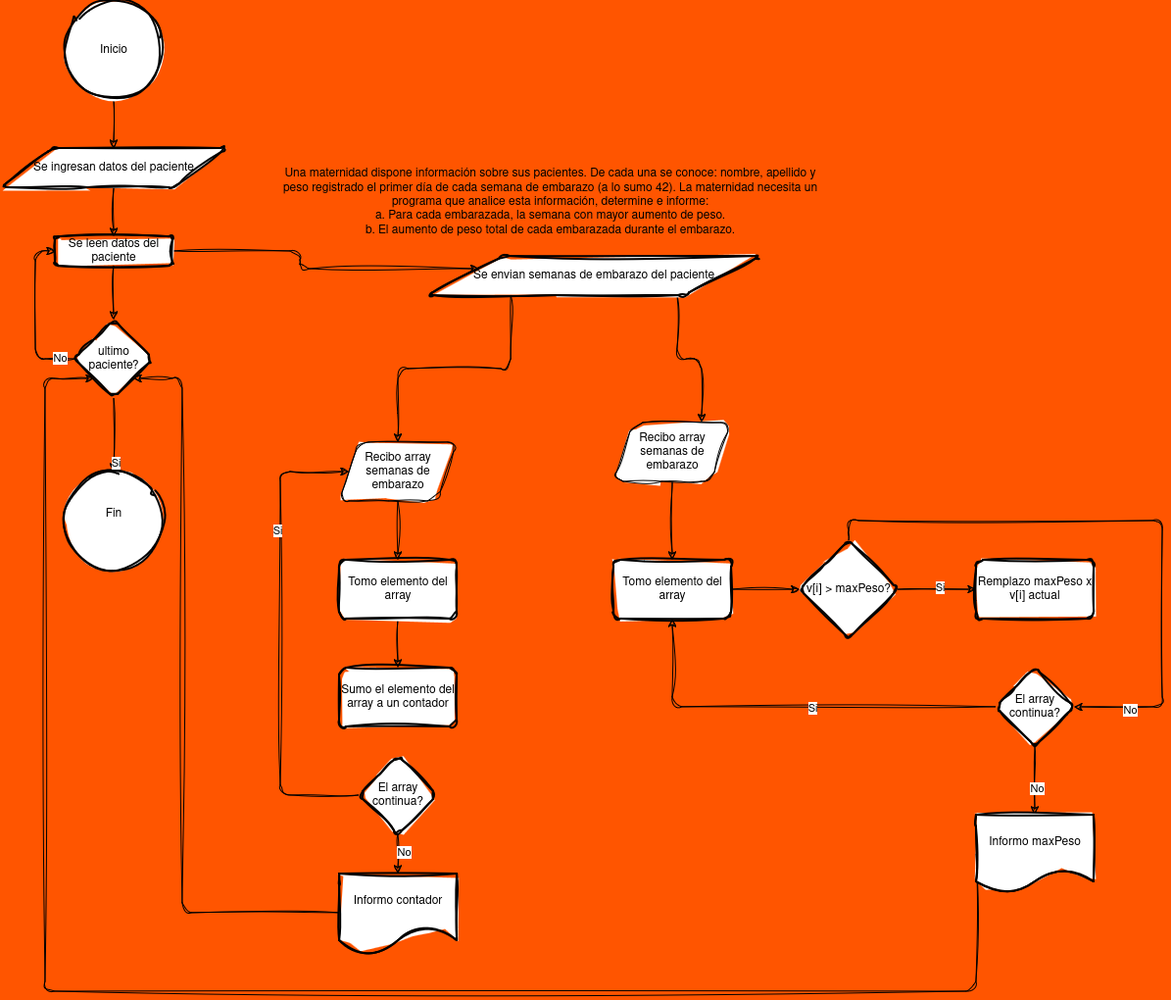
This is primero/CADP/Ejercicio4/diagrama.png from FrancoBanis/facultadInformatica-unlp, a draw.io export, as it was before one commit. Source tidied: cells renumbered, new cells last; positions are measured from the earlier drawing's top-left corner, leaving out a move shared by most shapes. Its diagram source:
```xml
<mxGraphModel background="#FF5500">
  <root>
    <mxCell id="0" />
    <mxCell id="1" parent="0" />
    <mxCell id="2" value="Fin&lt;div&gt;&lt;br/&gt;&lt;/div&gt;" style="strokeWidth=2;html=1;shape=mxgraph.flowchart.start_2;whiteSpace=wrap;sketch=1;curveFitting=1;jiggle=2;rounded=1;" parent="1" vertex="1">
      <mxGeometry x="65" y="480" width="100" height="100" as="geometry" />
    </mxCell>
    <mxCell id="3" style="edgeStyle=orthogonalEdgeStyle;rounded=1;jettySize=auto;html=1;sketch=1;curveFitting=1;jiggle=2;" parent="1" edge="1" source="4" target="7">
      <mxGeometry relative="1" as="geometry" />
    </mxCell>
    <mxCell id="4" value="Inicio" style="strokeWidth=2;html=1;shape=mxgraph.flowchart.start_2;whiteSpace=wrap;sketch=1;curveFitting=1;jiggle=2;rounded=1;" parent="1" vertex="1">
      <mxGeometry x="65" width="100" height="100" as="geometry" />
    </mxCell>
    <mxCell id="5" value="Una maternidad dispone información sobre sus pacientes. De cada una se conoce: nombre, apellido y&lt;br&gt;peso registrado el primer día de cada semana de embarazo (a lo sumo 42). La maternidad necesita un&lt;br&gt;programa que analice esta información, determine e informe:&lt;br&gt;a. Para cada embarazada, la semana con mayor aumento de peso.&lt;br&gt;b. El aumento de peso total de cada embarazada durante el embarazo." style="text;html=1;align=center;verticalAlign=middle;strokeColor=none;fillColor=none;sketch=1;curveFitting=1;jiggle=2;rounded=1;" parent="1" vertex="1">
      <mxGeometry x="275" y="160" width="570" height="90" as="geometry" />
    </mxCell>
    <mxCell id="6" style="edgeStyle=orthogonalEdgeStyle;rounded=1;jettySize=auto;html=1;sketch=1;curveFitting=1;jiggle=2;" parent="1" edge="1" source="7" target="10">
      <mxGeometry relative="1" as="geometry" />
    </mxCell>
    <mxCell id="7" value="Se ingresan datos del paciente" style="shape=parallelogram;html=1;strokeWidth=2;perimeter=parallelogramPerimeter;whiteSpace=wrap;rounded=1;arcSize=12;size=0.23;sketch=1;curveFitting=1;jiggle=2;" parent="1" vertex="1">
      <mxGeometry y="150" width="230" height="40" as="geometry" />
    </mxCell>
    <mxCell id="8" style="edgeStyle=orthogonalEdgeStyle;rounded=1;jettySize=auto;html=1;sketch=1;curveFitting=1;jiggle=2;" parent="1" edge="1" source="10" target="13">
      <mxGeometry relative="1" as="geometry" />
    </mxCell>
    <mxCell id="9" style="edgeStyle=orthogonalEdgeStyle;rounded=1;sketch=1;hachureGap=4;jiggle=2;curveFitting=1;jettySize=auto;html=1;exitX=1;exitY=0.5;exitDx=0;exitDy=0;entryX=0;entryY=0.25;entryDx=0;entryDy=0;" parent="1" edge="1" source="10" target="18">
      <mxGeometry relative="1" as="geometry" />
    </mxCell>
    <mxCell id="10" value="Se leen datos del paciente" style="whiteSpace=wrap;html=1;strokeWidth=2;rounded=1;arcSize=12;sketch=1;curveFitting=1;jiggle=2;" parent="1" vertex="1">
      <mxGeometry x="55" y="240" width="120" height="30" as="geometry" />
    </mxCell>
    <mxCell id="11" style="edgeStyle=orthogonalEdgeStyle;rounded=1;jettySize=auto;html=1;exitX=0;exitY=0.5;exitDx=0;exitDy=0;entryX=0;entryY=0.5;entryDx=0;entryDy=0;sketch=1;curveFitting=1;jiggle=2;" parent="1" edge="1" source="13" target="10">
      <mxGeometry relative="1" as="geometry" />
    </mxCell>
    <mxCell id="12" value="No" style="edgeLabel;html=1;align=center;verticalAlign=middle;sketch=1;curveFitting=1;jiggle=2;rounded=1;" parent="11" vertex="1">
      <mxGeometry x="-0.81" y="-2" relative="1" as="geometry" />
    </mxCell>
    <mxCell id="13" value="ultimo paciente?" style="rhombus;whiteSpace=wrap;html=1;strokeWidth=2;rounded=1;arcSize=12;sketch=1;curveFitting=1;jiggle=2;" parent="1" vertex="1">
      <mxGeometry x="75" y="325" width="80" height="80" as="geometry" />
    </mxCell>
    <mxCell id="14" style="edgeStyle=orthogonalEdgeStyle;rounded=1;jettySize=auto;html=1;exitX=0.5;exitY=1;exitDx=0;exitDy=0;entryX=0.5;entryY=0;entryDx=0;entryDy=0;entryPerimeter=0;sketch=1;curveFitting=1;jiggle=2;" parent="1" edge="1" source="13" target="2">
      <mxGeometry relative="1" as="geometry" />
    </mxCell>
    <mxCell id="15" value="Si" style="edgeLabel;html=1;align=center;verticalAlign=middle;sketch=1;curveFitting=1;jiggle=2;rounded=1;" parent="14" vertex="1">
      <mxGeometry x="0.74" y="1" relative="1" as="geometry" />
    </mxCell>
    <mxCell id="16" style="edgeStyle=orthogonalEdgeStyle;rounded=1;sketch=1;hachureGap=4;jiggle=2;curveFitting=1;jettySize=auto;html=1;exitX=0.25;exitY=1;exitDx=0;exitDy=0;entryX=0.5;entryY=0;entryDx=0;entryDy=0;" parent="1" edge="1" source="18" target="22">
      <mxGeometry relative="1" as="geometry" />
    </mxCell>
    <mxCell id="17" style="edgeStyle=orthogonalEdgeStyle;rounded=1;sketch=1;hachureGap=4;jiggle=2;curveFitting=1;jettySize=auto;html=1;exitX=0.75;exitY=1;exitDx=0;exitDy=0;entryX=0.75;entryY=0;entryDx=0;entryDy=0;" parent="1" edge="1" source="18" target="20">
      <mxGeometry relative="1" as="geometry" />
    </mxCell>
    <mxCell id="18" value="Se envian semanas de embarazo del paciente" style="shape=parallelogram;html=1;strokeWidth=2;perimeter=parallelogramPerimeter;whiteSpace=wrap;rounded=1;arcSize=12;size=0.23;sketch=1;curveFitting=1;jiggle=2;" parent="1" vertex="1">
      <mxGeometry x="435" y="260" width="340" height="40" as="geometry" />
    </mxCell>
    <mxCell id="19" style="edgeStyle=orthogonalEdgeStyle;rounded=1;sketch=1;hachureGap=4;jiggle=2;curveFitting=1;jettySize=auto;html=1;" parent="1" edge="1" source="20" target="37">
      <mxGeometry relative="1" as="geometry" />
    </mxCell>
    <mxCell id="20" value="Recibo array semanas de embarazo" style="shape=parallelogram;perimeter=parallelogramPerimeter;whiteSpace=wrap;html=1;fixedSize=1;rounded=1;sketch=1;hachureGap=4;jiggle=2;curveFitting=1;" parent="1" vertex="1">
      <mxGeometry x="625" y="430" width="120" height="60" as="geometry" />
    </mxCell>
    <mxCell id="21" style="edgeStyle=orthogonalEdgeStyle;rounded=1;sketch=1;hachureGap=4;jiggle=2;curveFitting=1;jettySize=auto;html=1;" parent="1" edge="1" source="22" target="39">
      <mxGeometry relative="1" as="geometry" />
    </mxCell>
    <mxCell id="22" value="Recibo array semanas de embarazo" style="shape=parallelogram;perimeter=parallelogramPerimeter;whiteSpace=wrap;html=1;fixedSize=1;rounded=1;sketch=1;hachureGap=4;jiggle=2;curveFitting=1;" parent="1" vertex="1">
      <mxGeometry x="345" y="450" width="120" height="60" as="geometry" />
    </mxCell>
    <mxCell id="23" style="edgeStyle=orthogonalEdgeStyle;rounded=1;sketch=1;hachureGap=4;jiggle=2;curveFitting=1;jettySize=auto;html=1;" parent="1" edge="1" source="27" target="28">
      <mxGeometry relative="1" as="geometry" />
    </mxCell>
    <mxCell id="24" value="Si" style="edgeLabel;html=1;align=center;verticalAlign=middle;rounded=1;sketch=1;hachureGap=4;jiggle=2;curveFitting=1;" parent="23" vertex="1">
      <mxGeometry x="0.05" y="3" relative="1" as="geometry" />
    </mxCell>
    <mxCell id="25" style="edgeStyle=orthogonalEdgeStyle;rounded=1;sketch=1;hachureGap=4;jiggle=2;curveFitting=1;jettySize=auto;html=1;exitX=0.5;exitY=0;exitDx=0;exitDy=0;entryX=1;entryY=0.5;entryDx=0;entryDy=0;" parent="1" edge="1" source="27" target="33">
      <mxGeometry relative="1" as="geometry">
        <Array as="points">
          <mxPoint x="865" y="530" />
          <mxPoint x="1185" y="530" />
          <mxPoint x="1185" y="720" />
        </Array>
      </mxGeometry>
    </mxCell>
    <mxCell id="26" value="No" style="edgeLabel;html=1;align=center;verticalAlign=middle;rounded=1;sketch=1;hachureGap=4;jiggle=2;curveFitting=1;" parent="25" vertex="1">
      <mxGeometry x="0.82" y="2" relative="1" as="geometry" />
    </mxCell>
    <mxCell id="27" value="v[i] &amp;gt; maxPeso?" style="rhombus;whiteSpace=wrap;html=1;strokeWidth=2;rounded=1;arcSize=12;sketch=1;curveFitting=1;jiggle=2;" parent="1" vertex="1">
      <mxGeometry x="815" y="550" width="100" height="100" as="geometry" />
    </mxCell>
    <mxCell id="28" value="Remplazo maxPeso x v[i] actual" style="whiteSpace=wrap;html=1;strokeWidth=2;rounded=1;arcSize=12;sketch=1;curveFitting=1;jiggle=2;" parent="1" vertex="1">
      <mxGeometry x="995" y="570" width="120" height="60" as="geometry" />
    </mxCell>
    <mxCell id="29" style="edgeStyle=orthogonalEdgeStyle;rounded=1;sketch=1;hachureGap=4;jiggle=2;curveFitting=1;jettySize=auto;html=1;" parent="1" edge="1" source="33" target="35">
      <mxGeometry relative="1" as="geometry" />
    </mxCell>
    <mxCell id="30" value="No" style="edgeLabel;html=1;align=center;verticalAlign=middle;rounded=1;sketch=1;hachureGap=4;jiggle=2;curveFitting=1;" parent="29" vertex="1">
      <mxGeometry x="0.2" y="1" relative="1" as="geometry" />
    </mxCell>
    <mxCell id="31" style="edgeStyle=orthogonalEdgeStyle;rounded=1;sketch=1;hachureGap=4;jiggle=2;curveFitting=1;jettySize=auto;html=1;exitX=0;exitY=0.5;exitDx=0;exitDy=0;entryX=0.5;entryY=1;entryDx=0;entryDy=0;" parent="1" edge="1" source="33" target="37">
      <mxGeometry relative="1" as="geometry" />
    </mxCell>
    <mxCell id="32" value="Si" style="edgeLabel;html=1;align=center;verticalAlign=middle;rounded=1;sketch=1;hachureGap=4;jiggle=2;curveFitting=1;" parent="31" vertex="1">
      <mxGeometry x="-0.1" relative="1" as="geometry" />
    </mxCell>
    <mxCell id="33" value="El array continua?" style="rhombus;whiteSpace=wrap;html=1;strokeWidth=2;rounded=1;arcSize=12;sketch=1;curveFitting=1;jiggle=2;" parent="1" vertex="1">
      <mxGeometry x="1015" y="680" width="80" height="80" as="geometry" />
    </mxCell>
    <mxCell id="34" style="edgeStyle=orthogonalEdgeStyle;rounded=1;sketch=1;hachureGap=4;jiggle=2;curveFitting=1;jettySize=auto;html=1;exitX=0;exitY=0.5;exitDx=0;exitDy=0;entryX=0;entryY=1;entryDx=0;entryDy=0;" parent="1" edge="1" source="35" target="13">
      <mxGeometry relative="1" as="geometry">
        <Array as="points">
          <mxPoint x="995" y="1010" />
          <mxPoint x="45" y="1010" />
          <mxPoint x="45" y="385" />
        </Array>
      </mxGeometry>
    </mxCell>
    <mxCell id="35" value="Informo maxPeso" style="shape=document;whiteSpace=wrap;html=1;boundedLbl=1;strokeWidth=2;rounded=1;arcSize=12;sketch=1;curveFitting=1;jiggle=2;" parent="1" vertex="1">
      <mxGeometry x="995" y="830" width="120" height="80" as="geometry" />
    </mxCell>
    <mxCell id="36" style="edgeStyle=orthogonalEdgeStyle;rounded=1;sketch=1;hachureGap=4;jiggle=2;curveFitting=1;jettySize=auto;html=1;" parent="1" edge="1" source="37" target="27">
      <mxGeometry relative="1" as="geometry" />
    </mxCell>
    <mxCell id="37" value="Tomo elemento del array" style="whiteSpace=wrap;html=1;strokeWidth=2;rounded=1;arcSize=12;sketch=1;curveFitting=1;jiggle=2;" parent="1" vertex="1">
      <mxGeometry x="625" y="570" width="120" height="60" as="geometry" />
    </mxCell>
    <mxCell id="38" style="edgeStyle=orthogonalEdgeStyle;rounded=1;sketch=1;hachureGap=4;jiggle=2;curveFitting=1;jettySize=auto;html=1;" parent="1" edge="1" source="39" target="40">
      <mxGeometry relative="1" as="geometry" />
    </mxCell>
    <mxCell id="39" value="Tomo elemento del array" style="whiteSpace=wrap;html=1;strokeWidth=2;rounded=1;arcSize=12;sketch=1;curveFitting=1;jiggle=2;" parent="1" vertex="1">
      <mxGeometry x="345" y="570" width="120" height="60" as="geometry" />
    </mxCell>
    <mxCell id="40" value="Sumo el elemento del array a un contador" style="whiteSpace=wrap;html=1;strokeWidth=2;rounded=1;arcSize=12;sketch=1;curveFitting=1;jiggle=2;" parent="1" vertex="1">
      <mxGeometry x="345" y="680" width="120" height="60" as="geometry" />
    </mxCell>
    <mxCell id="41" style="edgeStyle=orthogonalEdgeStyle;rounded=1;sketch=1;hachureGap=4;jiggle=2;curveFitting=1;jettySize=auto;html=1;" parent="1" edge="1" source="45" target="47">
      <mxGeometry relative="1" as="geometry" />
    </mxCell>
    <mxCell id="42" value="No" style="edgeLabel;html=1;align=center;verticalAlign=middle;rounded=1;sketch=1;hachureGap=4;jiggle=2;curveFitting=1;" parent="41" vertex="1">
      <mxGeometry x="-0.15" y="5" relative="1" as="geometry" />
    </mxCell>
    <mxCell id="43" style="edgeStyle=orthogonalEdgeStyle;rounded=1;sketch=1;hachureGap=4;jiggle=2;curveFitting=1;jettySize=auto;html=1;exitX=0;exitY=0.5;exitDx=0;exitDy=0;entryX=0;entryY=0.5;entryDx=0;entryDy=0;" parent="1" edge="1" source="45" target="22">
      <mxGeometry relative="1" as="geometry">
        <Array as="points">
          <mxPoint x="285" y="810" />
          <mxPoint x="285" y="480" />
        </Array>
      </mxGeometry>
    </mxCell>
    <mxCell id="44" value="Si" style="edgeLabel;html=1;align=center;verticalAlign=middle;rounded=1;sketch=1;hachureGap=4;jiggle=2;curveFitting=1;" parent="43" vertex="1">
      <mxGeometry x="0.46" y="4" relative="1" as="geometry" />
    </mxCell>
    <mxCell id="45" value="El array continua?" style="rhombus;whiteSpace=wrap;html=1;strokeWidth=2;rounded=1;arcSize=12;sketch=1;curveFitting=1;jiggle=2;" parent="1" vertex="1">
      <mxGeometry x="365" y="770" width="80" height="80" as="geometry" />
    </mxCell>
    <mxCell id="46" style="edgeStyle=orthogonalEdgeStyle;rounded=1;sketch=1;hachureGap=4;jiggle=2;curveFitting=1;jettySize=auto;html=1;entryX=1;entryY=1;entryDx=0;entryDy=0;" parent="1" edge="1" source="47" target="13">
      <mxGeometry relative="1" as="geometry">
        <Array as="points">
          <mxPoint x="185" y="930" />
          <mxPoint x="185" y="385" />
        </Array>
      </mxGeometry>
    </mxCell>
    <mxCell id="47" value="Informo contador" style="shape=document;whiteSpace=wrap;html=1;boundedLbl=1;strokeWidth=2;rounded=1;arcSize=12;sketch=1;curveFitting=1;jiggle=2;" parent="1" vertex="1">
      <mxGeometry x="345" y="890" width="120" height="80" as="geometry" />
    </mxCell>
  </root>
</mxGraphModel>
```
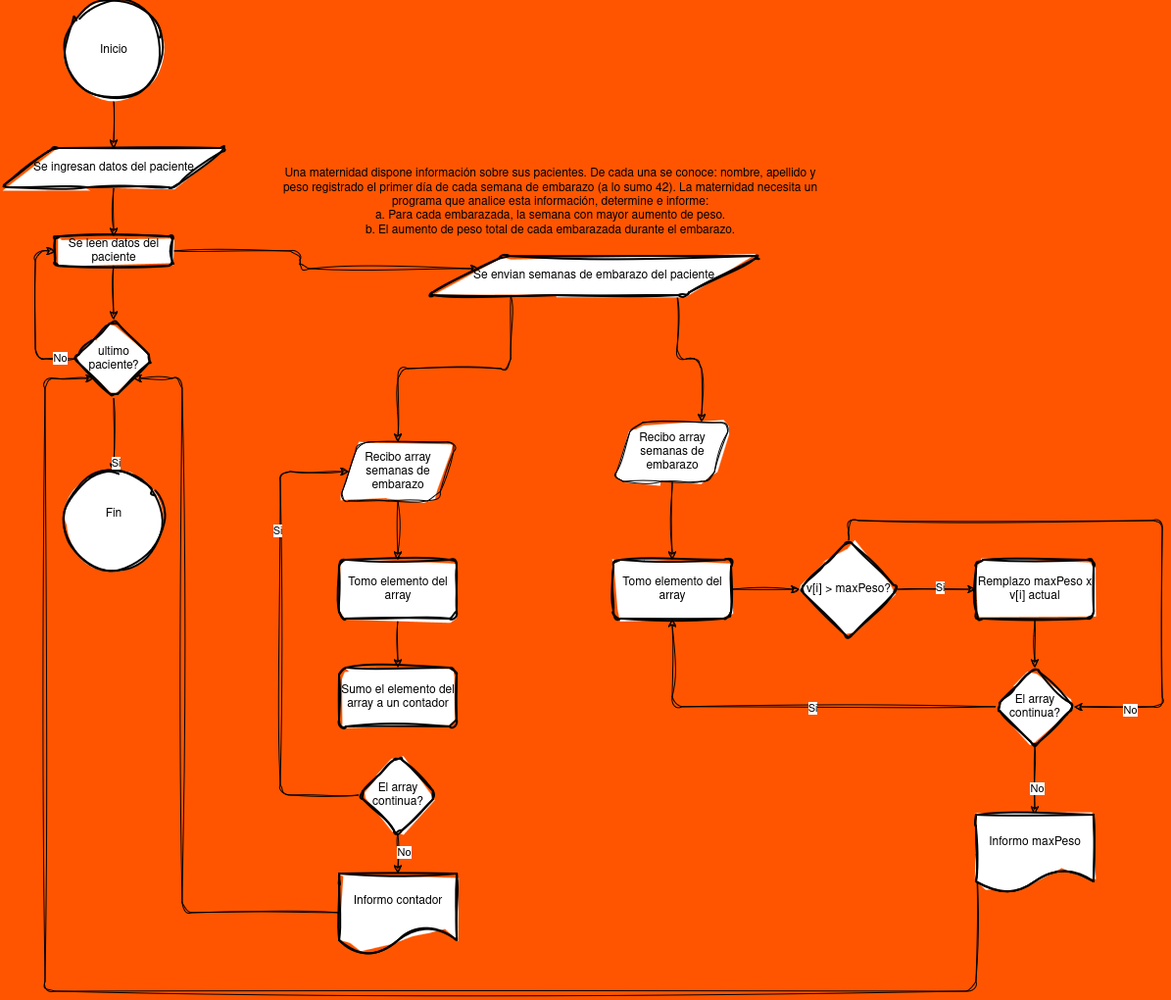
The same diagram one commit later.

The edit, as a diff of the source:
```diff
@@ -86,6 +86,9 @@
     <mxCell id="27" value="v[i] &amp;gt; maxPeso?" style="rhombus;whiteSpace=wrap;html=1;strokeWidth=2;rounded=1;arcSize=12;sketch=1;curveFitting=1;jiggle=2;" parent="1" vertex="1">
       <mxGeometry x="815" y="550" width="100" height="100" as="geometry" />
     </mxCell>
+    <mxCell id="48" style="edgeStyle=orthogonalEdgeStyle;rounded=1;sketch=1;hachureGap=4;jiggle=2;curveFitting=1;jettySize=auto;html=1;" parent="1" edge="1" source="28" target="33">
+      <mxGeometry relative="1" as="geometry" />
+    </mxCell>
     <mxCell id="28" value="Remplazo maxPeso x v[i] actual" style="whiteSpace=wrap;html=1;strokeWidth=2;rounded=1;arcSize=12;sketch=1;curveFitting=1;jiggle=2;" parent="1" vertex="1">
       <mxGeometry x="995" y="570" width="120" height="60" as="geometry" />
     </mxCell>
```
